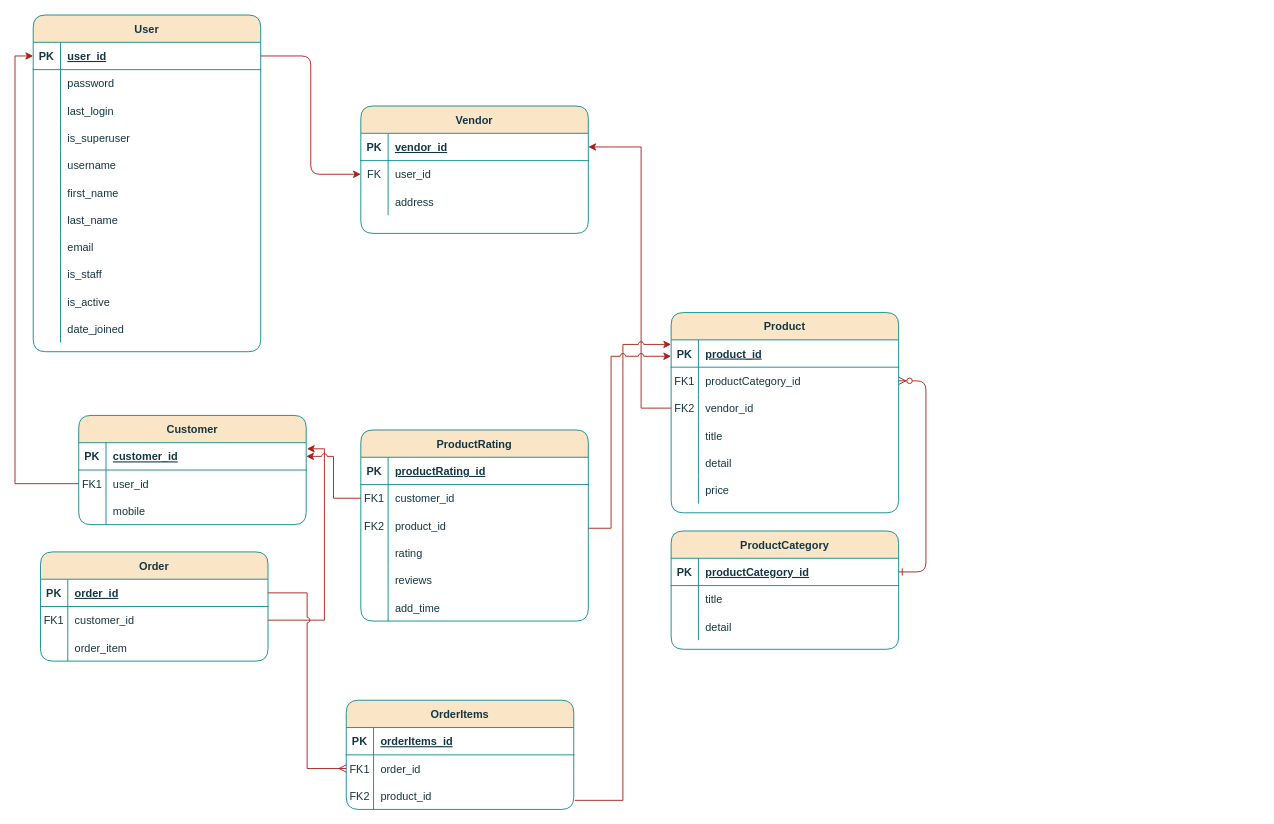
dyna-feature/ecommerce keeps this draw.io diagram as ERD.drawio. Above is the earlier version. Source tidied: cells renumbered, new cells numbered last; positions are measured from the earlier drawing's top-left corner, leaving out a move shared by most shapes. Both pictures are drawn from the tidied source at 91%, with x=0, y=0 at pixel (33, 15).
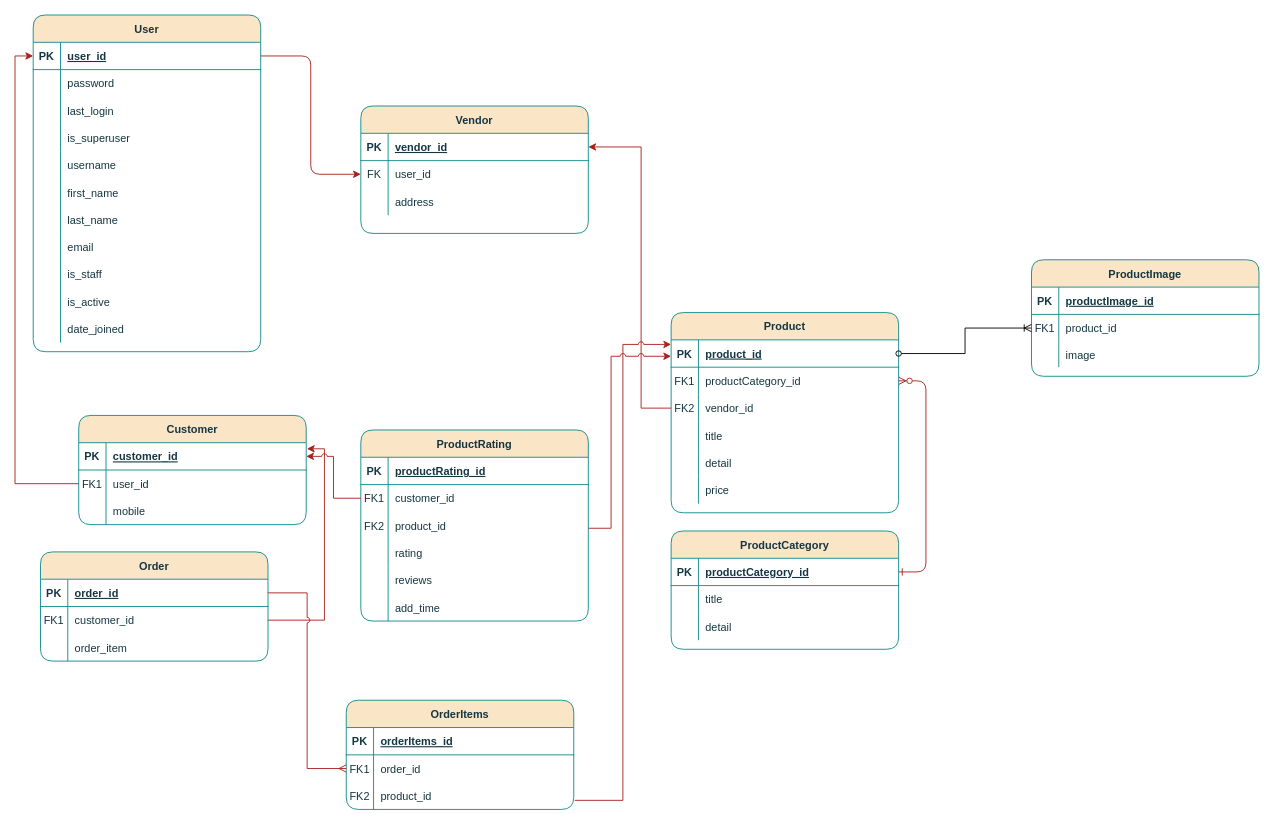
After the change.

The change refers to these unchanged cells:
```xml
<mxCell id="14" style="shape=partialRectangle;fillColor=none;points=[[0,0.5],[1,0.5]];portConstraint=eastwest;top=0;left=0;right=0;bottom=1;rounded=1;labelBackgroundColor=none;strokeColor=#0F8B8D;fontColor=#143642;" parent="13" vertex="1">
  <mxGeometry y="30" width="250" height="30" as="geometry" />
</mxCell>
```

Diff of the diagram source:
```diff
@@
+    <mxCell id="133" value="ProductImage" style="shape=table;startSize=30;childLayout=tableLayout;rowLines=0;fontStyle=1;align=center;rounded=1;labelBackgroundColor=none;fillColor=#FAE5C7;strokeColor=#0F8B8D;fontColor=#143642;" parent="1" vertex="1">
+      <mxGeometry x="1097" y="269" width="250" height="128" as="geometry" />
+    </mxCell>
+    <mxCell id="134" style="shape=partialRectangle;fillColor=none;top=0;left=0;right=0;bottom=1;rounded=1;labelBackgroundColor=none;strokeColor=#0F8B8D;fontColor=#143642;" parent="133" vertex="1">
+      <mxGeometry y="30" width="250" height="30" as="geometry" />
+    </mxCell>
+    <mxCell id="135" value="PK" style="shape=partialRectangle;overflow=hidden;fillColor=none;top=0;left=0;bottom=0;right=0;fontStyle=1;rounded=1;labelBackgroundColor=none;strokeColor=#0F8B8D;fontColor=#143642;" parent="134" vertex="1">
+      <mxGeometry width="30" height="30" as="geometry" />
+    </mxCell>
+    <mxCell id="136" value="productImage_id" style="shape=partialRectangle;overflow=hidden;fillColor=none;top=0;left=0;bottom=0;right=0;align=left;spacingLeft=6;fontStyle=5;rounded=1;labelBackgroundColor=none;strokeColor=#0F8B8D;fontColor=#143642;" parent="134" vertex="1">
+      <mxGeometry x="30" width="220" height="30" as="geometry" />
+    </mxCell>
+    <mxCell id="137" style="shape=partialRectangle;fillColor=none;points=[[0,0.5],[1,0.5]];portConstraint=eastwest;top=0;left=0;right=0;bottom=0;rounded=1;labelBackgroundColor=none;strokeColor=#0F8B8D;fontColor=#143642;" parent="133" vertex="1">
+      <mxGeometry y="60" width="250" height="30" as="geometry" />
+    </mxCell>
+    <mxCell id="138" value="FK1" style="shape=partialRectangle;overflow=hidden;fillColor=none;top=0;left=0;bottom=0;right=0;rounded=1;labelBackgroundColor=none;strokeColor=#0F8B8D;fontColor=#143642;" parent="137" vertex="1">
+      <mxGeometry width="30" height="30" as="geometry" />
+    </mxCell>
+    <mxCell id="139" value="product_id" style="shape=partialRectangle;overflow=hidden;fillColor=none;top=0;left=0;bottom=0;right=0;align=left;spacingLeft=6;rounded=1;labelBackgroundColor=none;strokeColor=#0F8B8D;fontColor=#143642;" parent="137" vertex="1">
+      <mxGeometry x="30" width="220" height="30" as="geometry" />
+    </mxCell>
+    <mxCell id="140" style="shape=partialRectangle;fillColor=none;top=0;left=0;right=0;bottom=0;rounded=1;labelBackgroundColor=none;strokeColor=#0F8B8D;fontColor=#143642;" parent="133" vertex="1">
+      <mxGeometry y="90" width="250" height="28" as="geometry" />
+    </mxCell>
+    <mxCell id="141" style="shape=partialRectangle;overflow=hidden;fillColor=none;top=0;left=0;bottom=0;right=0;rounded=1;labelBackgroundColor=none;strokeColor=#0F8B8D;fontColor=#143642;" parent="140" vertex="1">
+      <mxGeometry width="30" height="28" as="geometry" />
+    </mxCell>
+    <mxCell id="142" value="image" style="shape=partialRectangle;overflow=hidden;fillColor=none;top=0;left=0;bottom=0;right=0;align=left;spacingLeft=6;rounded=1;labelBackgroundColor=none;strokeColor=#0F8B8D;fontColor=#143642;" parent="140" vertex="1">
+      <mxGeometry x="30" width="220" height="28" as="geometry" />
+    </mxCell>
+    <mxCell id="143" style="edgeStyle=orthogonalEdgeStyle;rounded=0;jettySize=auto;html=1;exitX=1;exitY=0.5;exitDx=0;exitDy=0;entryX=0;entryY=0.5;entryDx=0;entryDy=0;startArrow=oval;startFill=0;endArrow=ERoneToMany;endFill=0;" parent="1" edge="1" source="14" target="137">
+      <mxGeometry relative="1" as="geometry" />
+    </mxCell>
```
